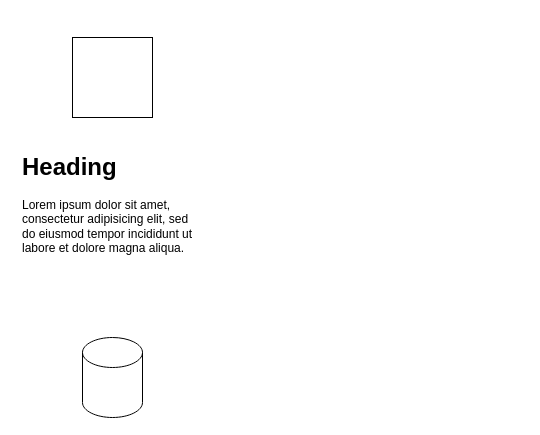
Above: documents/first.drawio in muneeb-mbytes/linux_course (draw.io), before the change. Source tidied: cells renumbered, new cells numbered last; positions are measured from the earlier drawing's top-left corner, leaving out a move shared by most shapes. Both pictures are drawn from the tidied source at 100%, with x=0, y=0 at pixel (17, 37).
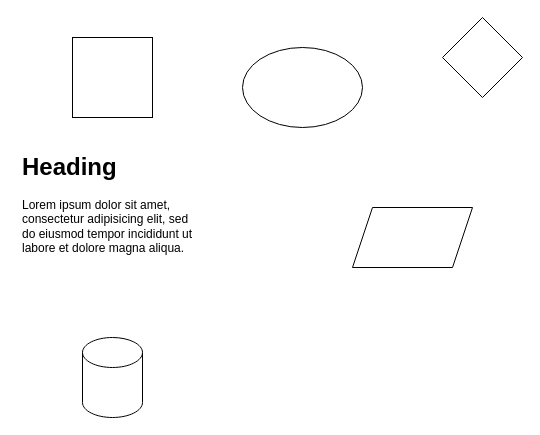
The same page after the edit.

Commit message:
second message

Diff of the diagram source:
```diff
@@
 <mxGraphModel>
   <root>
     <mxCell id="0" />
     <mxCell id="1" parent="0" />
     <mxCell id="2" style="whiteSpace=wrap;html=1;" parent="1" vertex="1">
       <mxGeometry x="55" width="80" height="80" as="geometry" />
     </mxCell>
     <mxCell id="3" value="&lt;h1&gt;Heading&lt;/h1&gt;&lt;p&gt;Lorem ipsum dolor sit amet, consectetur adipisicing elit, sed do eiusmod tempor incididunt ut labore et dolore magna aliqua.&lt;/p&gt;" style="text;html=1;strokeColor=none;fillColor=none;spacing=5;spacingTop=-20;whiteSpace=wrap;overflow=hidden;rounded=0;" parent="1" vertex="1">
       <mxGeometry y="110" width="190" height="120" as="geometry" />
     </mxCell>
     <mxCell id="4" style="shape=cylinder3;whiteSpace=wrap;html=1;boundedLbl=1;backgroundOutline=1;size=15;" parent="1" vertex="1">
       <mxGeometry x="65" y="300" width="60" height="80" as="geometry" />
     </mxCell>
+    <mxCell id="5" style="ellipse;whiteSpace=wrap;html=1;" parent="1" vertex="1">
+      <mxGeometry x="225" y="10" width="120" height="80" as="geometry" />
+    </mxCell>
+    <mxCell id="6" style="shape=parallelogram;perimeter=parallelogramPerimeter;whiteSpace=wrap;html=1;fixedSize=1;" parent="1" vertex="1">
+      <mxGeometry x="335" y="170" width="120" height="60" as="geometry" />
+    </mxCell>
+    <mxCell id="7" style="rhombus;whiteSpace=wrap;html=1;" parent="1" vertex="1">
+      <mxGeometry x="425" y="-20" width="80" height="80" as="geometry" />
+    </mxCell>
   </root>
 </mxGraphModel>
```
